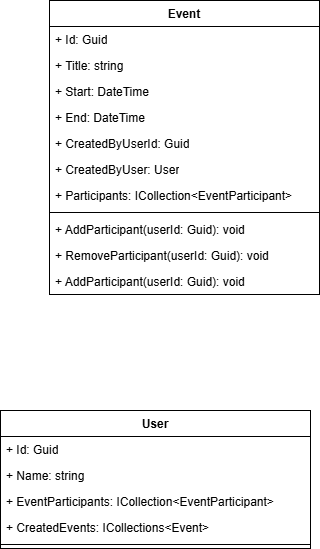
Before: docs/ClassDiagram.png, a diagram exported from draw.io (kovesdilaszlo/AvailabilityCalendar_Repo). Source tidied: cells renumbered, new cells last; positions are measured from the earlier drawing's top-left corner, leaving out a move shared by most shapes. The source it was exported from:
```xml
<mxGraphModel>
  <root>
    <mxCell id="0" />
    <mxCell id="1" parent="0" />
    <mxCell id="2" value="User" style="swimlane;fontStyle=1;align=center;verticalAlign=top;horizontal=1;startSize=26;whiteSpace=wrap;html=1;" parent="1" vertex="1">
      <mxGeometry y="410" width="310" height="138" as="geometry" />
    </mxCell>
    <mxCell id="3" value="+ Id: Guid" style="text;strokeColor=none;fillColor=none;align=left;verticalAlign=top;spacingLeft=4;spacingRight=4;overflow=hidden;whiteSpace=wrap;html=1;" parent="2" vertex="1">
      <mxGeometry y="26" width="310" height="26" as="geometry" />
    </mxCell>
    <mxCell id="4" value="+ Name: string" style="text;strokeColor=none;fillColor=none;align=left;verticalAlign=top;spacingLeft=4;spacingRight=4;overflow=hidden;whiteSpace=wrap;html=1;" parent="2" vertex="1">
      <mxGeometry y="52" width="310" height="26" as="geometry" />
    </mxCell>
    <mxCell id="5" value="+ EventParticipants: ICollection&amp;lt;EventParticipant&amp;gt;" style="text;strokeColor=none;fillColor=none;align=left;verticalAlign=top;spacingLeft=4;spacingRight=4;overflow=hidden;whiteSpace=wrap;html=1;" parent="2" vertex="1">
      <mxGeometry y="78" width="310" height="26" as="geometry" />
    </mxCell>
    <mxCell id="6" value="+ CreatedEvents: ICollections&amp;lt;Event&amp;gt;" style="text;strokeColor=none;fillColor=none;align=left;verticalAlign=top;spacingLeft=4;spacingRight=4;overflow=hidden;whiteSpace=wrap;html=1;" parent="2" vertex="1">
      <mxGeometry y="104" width="310" height="26" as="geometry" />
    </mxCell>
    <mxCell id="7" style="line;strokeWidth=1;fillColor=none;align=left;verticalAlign=middle;spacingTop=-1;spacingLeft=3;spacingRight=3;labelPosition=right;strokeColor=inherit;" parent="2" vertex="1">
      <mxGeometry y="130" width="310" height="8" as="geometry" />
    </mxCell>
    <mxCell id="8" value="Event" style="swimlane;fontStyle=1;align=center;verticalAlign=top;horizontal=1;startSize=26;whiteSpace=wrap;html=1;" parent="1" vertex="1">
      <mxGeometry x="49" width="270" height="294" as="geometry" />
    </mxCell>
    <mxCell id="9" value="+ Id: Guid" style="text;strokeColor=none;fillColor=none;align=left;verticalAlign=top;spacingLeft=4;spacingRight=4;overflow=hidden;whiteSpace=wrap;html=1;" parent="8" vertex="1">
      <mxGeometry y="26" width="270" height="26" as="geometry" />
    </mxCell>
    <mxCell id="10" value="+ Title: string" style="text;strokeColor=none;fillColor=none;align=left;verticalAlign=top;spacingLeft=4;spacingRight=4;overflow=hidden;whiteSpace=wrap;html=1;" parent="8" vertex="1">
      <mxGeometry y="52" width="270" height="26" as="geometry" />
    </mxCell>
    <mxCell id="11" value="+ Start: DateTime" style="text;strokeColor=none;fillColor=none;align=left;verticalAlign=top;spacingLeft=4;spacingRight=4;overflow=hidden;whiteSpace=wrap;html=1;" parent="8" vertex="1">
      <mxGeometry y="78" width="270" height="26" as="geometry" />
    </mxCell>
    <mxCell id="12" value="+ End: DateTime" style="text;strokeColor=none;fillColor=none;align=left;verticalAlign=top;spacingLeft=4;spacingRight=4;overflow=hidden;whiteSpace=wrap;html=1;" parent="8" vertex="1">
      <mxGeometry y="104" width="270" height="26" as="geometry" />
    </mxCell>
    <mxCell id="13" value="+ CreatedByUserId: Guid" style="text;strokeColor=none;fillColor=none;align=left;verticalAlign=top;spacingLeft=4;spacingRight=4;overflow=hidden;whiteSpace=wrap;html=1;" parent="8" vertex="1">
      <mxGeometry y="130" width="270" height="26" as="geometry" />
    </mxCell>
    <mxCell id="14" value="+ CreatedByUser: User" style="text;strokeColor=none;fillColor=none;align=left;verticalAlign=top;spacingLeft=4;spacingRight=4;overflow=hidden;whiteSpace=wrap;html=1;" parent="8" vertex="1">
      <mxGeometry y="156" width="270" height="26" as="geometry" />
    </mxCell>
    <mxCell id="15" value="+ Participants: ICollection&amp;lt;EventParticipant&amp;gt;" style="text;strokeColor=none;fillColor=none;align=left;verticalAlign=top;spacingLeft=4;spacingRight=4;overflow=hidden;whiteSpace=wrap;html=1;" parent="8" vertex="1">
      <mxGeometry y="182" width="270" height="26" as="geometry" />
    </mxCell>
    <mxCell id="16" style="line;strokeWidth=1;fillColor=none;align=left;verticalAlign=middle;spacingTop=-1;spacingLeft=3;spacingRight=3;labelPosition=right;strokeColor=inherit;" parent="8" vertex="1">
      <mxGeometry y="208" width="270" height="8" as="geometry" />
    </mxCell>
    <mxCell id="17" value="+ AddParticipant(userId: Guid): void" style="text;strokeColor=none;fillColor=none;align=left;verticalAlign=top;spacingLeft=4;spacingRight=4;overflow=hidden;whiteSpace=wrap;html=1;" parent="8" vertex="1">
      <mxGeometry y="216" width="270" height="26" as="geometry" />
    </mxCell>
    <mxCell id="18" value="+ RemoveParticipant(userId: Guid): void" style="text;strokeColor=none;fillColor=none;align=left;verticalAlign=top;spacingLeft=4;spacingRight=4;overflow=hidden;whiteSpace=wrap;html=1;" parent="8" vertex="1">
      <mxGeometry y="242" width="270" height="26" as="geometry" />
    </mxCell>
    <mxCell id="19" value="+ AddParticipant(userId: Guid): void" style="text;strokeColor=none;fillColor=none;align=left;verticalAlign=top;spacingLeft=4;spacingRight=4;overflow=hidden;whiteSpace=wrap;html=1;" parent="8" vertex="1">
      <mxGeometry y="268" width="270" height="26" as="geometry" />
    </mxCell>
  </root>
</mxGraphModel>
```
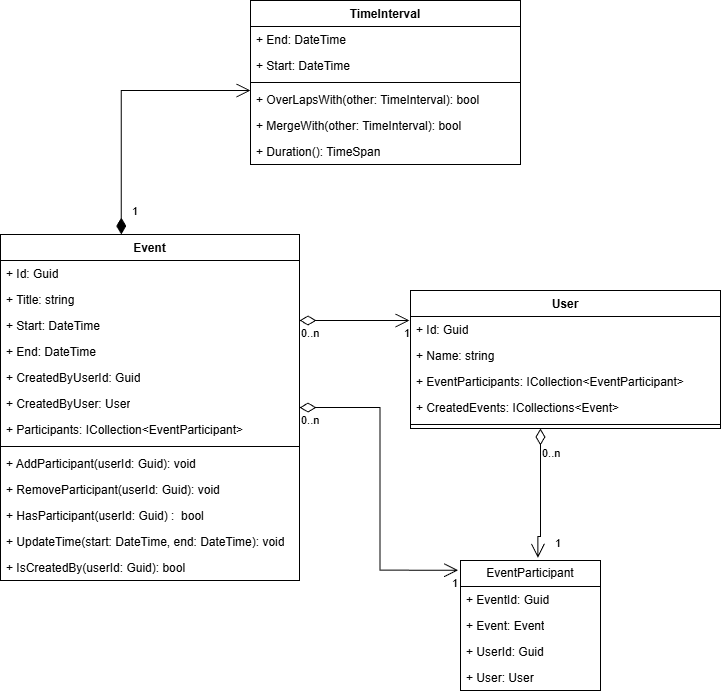
The same diagram one commit later.

What changed in the source:
```diff
@@ -3,7 +3,7 @@
     <mxCell id="0" />
     <mxCell id="1" parent="0" />
     <mxCell id="2" value="User" style="swimlane;fontStyle=1;align=center;verticalAlign=top;horizontal=1;startSize=26;whiteSpace=wrap;html=1;" parent="1" vertex="1">
-      <mxGeometry y="410" width="310" height="138" as="geometry" />
+      <mxGeometry x="-260" y="80" width="310" height="138" as="geometry" />
     </mxCell>
     <mxCell id="3" value="+ Id: Guid" style="text;strokeColor=none;fillColor=none;align=left;verticalAlign=top;spacingLeft=4;spacingRight=4;overflow=hidden;whiteSpace=wrap;html=1;" parent="2" vertex="1">
       <mxGeometry y="26" width="310" height="26" as="geometry" />
@@ -21,40 +21,132 @@
       <mxGeometry y="130" width="310" height="8" as="geometry" />
     </mxCell>
     <mxCell id="8" value="Event" style="swimlane;fontStyle=1;align=center;verticalAlign=top;horizontal=1;startSize=26;whiteSpace=wrap;html=1;" parent="1" vertex="1">
-      <mxGeometry x="49" width="270" height="294" as="geometry" />
+      <mxGeometry x="-670" y="24" width="299" height="346" as="geometry" />
     </mxCell>
     <mxCell id="9" value="+ Id: Guid" style="text;strokeColor=none;fillColor=none;align=left;verticalAlign=top;spacingLeft=4;spacingRight=4;overflow=hidden;whiteSpace=wrap;html=1;" parent="8" vertex="1">
-      <mxGeometry y="26" width="270" height="26" as="geometry" />
+      <mxGeometry y="26" width="299" height="26" as="geometry" />
     </mxCell>
     <mxCell id="10" value="+ Title: string" style="text;strokeColor=none;fillColor=none;align=left;verticalAlign=top;spacingLeft=4;spacingRight=4;overflow=hidden;whiteSpace=wrap;html=1;" parent="8" vertex="1">
-      <mxGeometry y="52" width="270" height="26" as="geometry" />
+      <mxGeometry y="52" width="299" height="26" as="geometry" />
     </mxCell>
     <mxCell id="11" value="+ Start: DateTime" style="text;strokeColor=none;fillColor=none;align=left;verticalAlign=top;spacingLeft=4;spacingRight=4;overflow=hidden;whiteSpace=wrap;html=1;" parent="8" vertex="1">
-      <mxGeometry y="78" width="270" height="26" as="geometry" />
+      <mxGeometry y="78" width="299" height="26" as="geometry" />
     </mxCell>
     <mxCell id="12" value="+ End: DateTime" style="text;strokeColor=none;fillColor=none;align=left;verticalAlign=top;spacingLeft=4;spacingRight=4;overflow=hidden;whiteSpace=wrap;html=1;" parent="8" vertex="1">
-      <mxGeometry y="104" width="270" height="26" as="geometry" />
+      <mxGeometry y="104" width="299" height="26" as="geometry" />
     </mxCell>
     <mxCell id="13" value="+ CreatedByUserId: Guid" style="text;strokeColor=none;fillColor=none;align=left;verticalAlign=top;spacingLeft=4;spacingRight=4;overflow=hidden;whiteSpace=wrap;html=1;" parent="8" vertex="1">
-      <mxGeometry y="130" width="270" height="26" as="geometry" />
+      <mxGeometry y="130" width="299" height="26" as="geometry" />
     </mxCell>
     <mxCell id="14" value="+ CreatedByUser: User" style="text;strokeColor=none;fillColor=none;align=left;verticalAlign=top;spacingLeft=4;spacingRight=4;overflow=hidden;whiteSpace=wrap;html=1;" parent="8" vertex="1">
-      <mxGeometry y="156" width="270" height="26" as="geometry" />
+      <mxGeometry y="156" width="299" height="26" as="geometry" />
     </mxCell>
     <mxCell id="15" value="+ Participants: ICollection&amp;lt;EventParticipant&amp;gt;" style="text;strokeColor=none;fillColor=none;align=left;verticalAlign=top;spacingLeft=4;spacingRight=4;overflow=hidden;whiteSpace=wrap;html=1;" parent="8" vertex="1">
-      <mxGeometry y="182" width="270" height="26" as="geometry" />
+      <mxGeometry y="182" width="299" height="26" as="geometry" />
     </mxCell>
     <mxCell id="16" style="line;strokeWidth=1;fillColor=none;align=left;verticalAlign=middle;spacingTop=-1;spacingLeft=3;spacingRight=3;labelPosition=right;strokeColor=inherit;" parent="8" vertex="1">
-      <mxGeometry y="208" width="270" height="8" as="geometry" />
+      <mxGeometry y="208" width="299" height="8" as="geometry" />
     </mxCell>
     <mxCell id="17" value="+ AddParticipant(userId: Guid): void" style="text;strokeColor=none;fillColor=none;align=left;verticalAlign=top;spacingLeft=4;spacingRight=4;overflow=hidden;whiteSpace=wrap;html=1;" parent="8" vertex="1">
-      <mxGeometry y="216" width="270" height="26" as="geometry" />
+      <mxGeometry y="216" width="299" height="26" as="geometry" />
     </mxCell>
     <mxCell id="18" value="+ RemoveParticipant(userId: Guid): void" style="text;strokeColor=none;fillColor=none;align=left;verticalAlign=top;spacingLeft=4;spacingRight=4;overflow=hidden;whiteSpace=wrap;html=1;" parent="8" vertex="1">
-      <mxGeometry y="242" width="270" height="26" as="geometry" />
+      <mxGeometry y="242" width="299" height="26" as="geometry" />
     </mxCell>
+    <mxCell id="20" value="+&amp;nbsp;&lt;span style=&quot;background-color: transparent;&quot;&gt;HasParticipant(userId: Guid) :&amp;nbsp; bool&lt;/span&gt;" style="text;strokeColor=none;fillColor=none;align=left;verticalAlign=top;spacingLeft=4;spacingRight=4;overflow=hidden;whiteSpace=wrap;html=1;" parent="8" vertex="1">
+      <mxGeometry y="268" width="299" height="26" as="geometry" />
+    </mxCell>
+    <mxCell id="21" value="+ UpdateTime(start: DateTime, end: DateTime): voi&lt;span style=&quot;background-color: transparent; color: light-dark(rgb(0, 0, 0), rgb(255, 255, 255));&quot;&gt;d&lt;/span&gt;" style="text;strokeColor=none;fillColor=none;align=left;verticalAlign=top;spacingLeft=4;spacingRight=4;overflow=hidden;whiteSpace=wrap;html=1;" parent="8" vertex="1">
+      <mxGeometry y="294" width="299" height="26" as="geometry" />
+    </mxCell>
-    <mxCell id="19" value="+ AddParticipant(userId: Guid): void" style="text;strokeColor=none;fillColor=none;align=left;verticalAlign=top;spacingLeft=4;spacingRight=4;overflow=hidden;whiteSpace=wrap;html=1;" parent="8" vertex="1">
-      <mxGeometry y="268" width="270" height="26" as="geometry" />
+    <mxCell id="19" value="+ IsCreatedBy(userId: Guid): bool" style="text;strokeColor=none;fillColor=none;align=left;verticalAlign=top;spacingLeft=4;spacingRight=4;overflow=hidden;whiteSpace=wrap;html=1;" parent="8" vertex="1">
+      <mxGeometry y="320" width="299" height="26" as="geometry" />
     </mxCell>
+    <mxCell id="22" value="EventParticipant" style="swimlane;fontStyle=0;horizontal=1;startSize=26;fillColor=none;whiteSpace=wrap;html=1;" parent="1" vertex="1">
+      <mxGeometry x="-210" y="350" width="140" height="130" as="geometry" />
+    </mxCell>
+    <mxCell id="23" value="+ EventId: Guid" style="text;strokeColor=none;fillColor=none;align=left;verticalAlign=top;spacingLeft=4;spacingRight=4;overflow=hidden;whiteSpace=wrap;html=1;" parent="22" vertex="1">
+      <mxGeometry y="26" width="140" height="26" as="geometry" />
+    </mxCell>
+    <mxCell id="24" value="+ Event: Event" style="text;strokeColor=none;fillColor=none;align=left;verticalAlign=top;spacingLeft=4;spacingRight=4;overflow=hidden;whiteSpace=wrap;html=1;" parent="22" vertex="1">
+      <mxGeometry y="52" width="140" height="26" as="geometry" />
+    </mxCell>
+    <mxCell id="25" value="+ UserId: Guid" style="text;strokeColor=none;fillColor=none;align=left;verticalAlign=top;spacingLeft=4;spacingRight=4;overflow=hidden;whiteSpace=wrap;html=1;" parent="22" vertex="1">
+      <mxGeometry y="78" width="140" height="26" as="geometry" />
+    </mxCell>
+    <mxCell id="26" value="+ User: User" style="text;strokeColor=none;fillColor=none;align=left;verticalAlign=top;spacingLeft=4;spacingRight=4;overflow=hidden;whiteSpace=wrap;html=1;" parent="22" vertex="1">
+      <mxGeometry y="104" width="140" height="26" as="geometry" />
+    </mxCell>
+    <mxCell id="27" value="TimeInterval" style="swimlane;fontStyle=1;align=center;verticalAlign=top;horizontal=1;startSize=26;whiteSpace=wrap;html=1;" parent="1" vertex="1">
+      <mxGeometry x="-420" y="-210" width="270" height="164" as="geometry" />
+    </mxCell>
+    <mxCell id="28" value="+ End: DateTime" style="text;strokeColor=none;fillColor=none;align=left;verticalAlign=top;spacingLeft=4;spacingRight=4;overflow=hidden;whiteSpace=wrap;html=1;" parent="27" vertex="1">
+      <mxGeometry y="26" width="270" height="26" as="geometry" />
+    </mxCell>
+    <mxCell id="29" value="+ Start: DateTime" style="text;strokeColor=none;fillColor=none;align=left;verticalAlign=top;spacingLeft=4;spacingRight=4;overflow=hidden;whiteSpace=wrap;html=1;" parent="27" vertex="1">
+      <mxGeometry y="52" width="270" height="26" as="geometry" />
+    </mxCell>
+    <mxCell id="30" style="line;strokeWidth=1;fillColor=none;align=left;verticalAlign=middle;spacingTop=-1;spacingLeft=3;spacingRight=3;labelPosition=right;strokeColor=inherit;" parent="27" vertex="1">
+      <mxGeometry y="78" width="270" height="8" as="geometry" />
+    </mxCell>
+    <mxCell id="31" value="+ OverLapsWith(other: TimeInterval): bool" style="text;strokeColor=none;fillColor=none;align=left;verticalAlign=top;spacingLeft=4;spacingRight=4;overflow=hidden;whiteSpace=wrap;html=1;" parent="27" vertex="1">
+      <mxGeometry y="86" width="270" height="26" as="geometry" />
+    </mxCell>
+    <mxCell id="32" value="+ MergeWith(other: TimeInterval): bool" style="text;strokeColor=none;fillColor=none;align=left;verticalAlign=top;spacingLeft=4;spacingRight=4;overflow=hidden;whiteSpace=wrap;html=1;" parent="27" vertex="1">
+      <mxGeometry y="112" width="270" height="26" as="geometry" />
+    </mxCell>
+    <mxCell id="33" value="+ Duration(): TimeSpan" style="text;strokeColor=none;fillColor=none;align=left;verticalAlign=top;spacingLeft=4;spacingRight=4;overflow=hidden;whiteSpace=wrap;html=1;" parent="27" vertex="1">
+      <mxGeometry y="138" width="270" height="26" as="geometry" />
+    </mxCell>
+    <mxCell id="34" style="endArrow=open;html=1;endSize=12;startArrow=diamondThin;startSize=14;startFill=0;edgeStyle=orthogonalEdgeStyle;rounded=0;" parent="1" edge="1">
+      <mxGeometry relative="1" as="geometry">
+        <mxPoint x="-371" y="110" as="sourcePoint" />
+        <mxPoint x="-261" y="110" as="targetPoint" />
+        <Array as="points">
+          <mxPoint x="-271" y="110" />
+          <mxPoint x="-271" y="110" />
+        </Array>
+      </mxGeometry>
+    </mxCell>
+    <mxCell id="35" value="0..n" style="edgeLabel;html=1;align=left;verticalAlign=top;" parent="34" vertex="1">
+      <mxGeometry x="-1" relative="1" as="geometry" />
+    </mxCell>
+    <mxCell id="36" value="1" style="edgeLabel;html=1;align=right;verticalAlign=top;" parent="34" vertex="1">
+      <mxGeometry x="1" relative="1" as="geometry" />
+    </mxCell>
+    <mxCell id="37" style="endArrow=open;html=1;endSize=12;startArrow=diamondThin;startSize=14;startFill=0;edgeStyle=orthogonalEdgeStyle;rounded=0;entryX=-0.016;entryY=0.075;entryDx=0;entryDy=0;entryPerimeter=0;" parent="1" edge="1" source="8" target="22">
+      <mxGeometry relative="1" as="geometry" />
+    </mxCell>
+    <mxCell id="38" value="0..n" style="edgeLabel;html=1;align=left;verticalAlign=top;" parent="37" vertex="1">
+      <mxGeometry x="-1" relative="1" as="geometry" />
+    </mxCell>
+    <mxCell id="39" value="1" style="edgeLabel;html=1;align=right;verticalAlign=top;" parent="37" vertex="1">
+      <mxGeometry x="1" relative="1" as="geometry" />
+    </mxCell>
+    <mxCell id="40" value="&lt;div&gt;&lt;br&gt;&lt;/div&gt;&lt;div&gt;&lt;br&gt;&lt;/div&gt;" style="endArrow=open;html=1;endSize=12;startArrow=diamondThin;startSize=14;startFill=0;edgeStyle=orthogonalEdgeStyle;rounded=0;entryX=0.553;entryY=-0.02;entryDx=0;entryDy=0;entryPerimeter=0;" parent="1" edge="1" source="2" target="22">
+      <mxGeometry x="-0.06" relative="1" as="geometry">
+        <Array as="points">
+          <mxPoint x="-130" y="326" />
+          <mxPoint x="-133" y="326" />
+        </Array>
+      </mxGeometry>
+    </mxCell>
+    <mxCell id="41" value="0..n" style="edgeLabel;html=1;align=left;verticalAlign=top;" parent="40" vertex="1">
+      <mxGeometry x="-1" relative="1" as="geometry">
+        <mxPoint y="12" as="offset" />
+      </mxGeometry>
+    </mxCell>
+    <mxCell id="42" value="1" style="edgeLabel;html=1;align=right;verticalAlign=top;" parent="40" vertex="1">
+      <mxGeometry x="1" relative="1" as="geometry">
+        <mxPoint x="23" y="-27" as="offset" />
+      </mxGeometry>
+    </mxCell>
+    <mxCell id="43" value="1" style="endArrow=open;html=1;endSize=12;startArrow=diamondThin;startSize=14;startFill=1;edgeStyle=orthogonalEdgeStyle;align=left;verticalAlign=bottom;rounded=0;exitX=0.404;exitY=0;exitDx=0;exitDy=0;exitPerimeter=0;" parent="1" edge="1" source="8" target="27">
+      <mxGeometry x="-0.9" y="-9" relative="1" as="geometry">
+        <Array as="points">
+          <mxPoint x="-549" y="-120" />
+        </Array>
+      </mxGeometry>
+    </mxCell>
   </root>
 </mxGraphModel>
```
